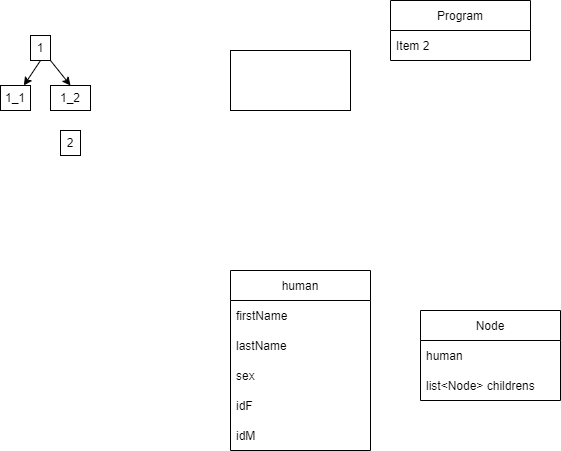
Earlier version of the draw.io export FamilyTree.drawio.png (Stepan255/GeoTree). Source tidied: cells renumbered, new cells last; positions are measured from the earlier drawing's top-left corner, leaving out a move shared by most shapes.
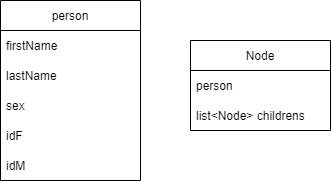
Above is the later version.

What changed in the source:
```diff
@@ -2,7 +2,7 @@
   <root>
     <mxCell id="0" />
     <mxCell id="1" parent="0" />
-    <mxCell id="2" value="human" style="swimlane;fontStyle=0;horizontal=1;startSize=30;" parent="1" vertex="1">
+    <mxCell id="2" value="person" style="swimlane;fontStyle=0;horizontal=1;startSize=30;" parent="1" vertex="1">
       <mxGeometry x="230" y="270" width="140" height="180" as="geometry" />
     </mxCell>
     <mxCell id="3" value="firstName" style="text;strokeColor=none;fillColor=none;align=left;verticalAlign=middle;spacingLeft=4;spacingRight=4;overflow=hidden;" parent="2" vertex="1">
@@ -23,38 +23,11 @@
     <mxCell id="8" value="Node" style="swimlane;fontStyle=0;horizontal=1;startSize=30;" parent="1" vertex="1">
       <mxGeometry x="420" y="310" width="140" height="90" as="geometry" />
     </mxCell>
-    <mxCell id="9" value="human" style="text;strokeColor=none;fillColor=none;align=left;verticalAlign=middle;spacingLeft=4;spacingRight=4;overflow=hidden;" parent="8" vertex="1">
+    <mxCell id="9" value="person" style="text;strokeColor=none;fillColor=none;align=left;verticalAlign=middle;spacingLeft=4;spacingRight=4;overflow=hidden;" parent="8" vertex="1">
       <mxGeometry y="30" width="140" height="30" as="geometry" />
     </mxCell>
     <mxCell id="10" value="list&lt;Node&gt; childrens" style="text;strokeColor=none;fillColor=none;align=left;verticalAlign=middle;spacingLeft=4;spacingRight=4;overflow=hidden;" parent="8" vertex="1">
       <mxGeometry y="60" width="140" height="30" as="geometry" />
     </mxCell>
-    <mxCell id="11" style="edgeStyle=none;html=1;exitX=0.5;exitY=1;exitDx=0;exitDy=0;" parent="1" edge="1" source="13" target="16">
-      <mxGeometry relative="1" as="geometry" />
-    </mxCell>
-    <mxCell id="12" style="edgeStyle=none;html=1;entryX=0.5;entryY=0;entryDx=0;entryDy=0;" parent="1" edge="1" source="13" target="15">
-      <mxGeometry relative="1" as="geometry" />
-    </mxCell>
-    <mxCell id="13" value="1" style="rounded=0;whiteSpace=wrap;html=1;" parent="1" vertex="1">
-      <mxGeometry x="30" y="35" width="20" height="25" as="geometry" />
-    </mxCell>
-    <mxCell id="14" style="rounded=0;whiteSpace=wrap;html=1;" parent="1" vertex="1">
-      <mxGeometry x="230" y="50" width="120" height="60" as="geometry" />
-    </mxCell>
-    <mxCell id="15" value="1_2" style="rounded=0;whiteSpace=wrap;html=1;" parent="1" vertex="1">
-      <mxGeometry x="50" y="85" width="40" height="25" as="geometry" />
-    </mxCell>
-    <mxCell id="16" value="1_1" style="rounded=0;whiteSpace=wrap;html=1;" parent="1" vertex="1">
-      <mxGeometry y="85" width="30" height="25" as="geometry" />
-    </mxCell>
-    <mxCell id="17" value="2" style="rounded=0;whiteSpace=wrap;html=1;" parent="1" vertex="1">
-      <mxGeometry x="60" y="130" width="20" height="25" as="geometry" />
-    </mxCell>
-    <mxCell id="18" value="Program" style="swimlane;fontStyle=0;horizontal=1;startSize=30;" parent="1" vertex="1">
-      <mxGeometry x="390" width="140" height="60" as="geometry" />
-    </mxCell>
-    <mxCell id="19" value="Item 2" style="text;strokeColor=none;fillColor=none;align=left;verticalAlign=middle;spacingLeft=4;spacingRight=4;overflow=hidden;" parent="18" vertex="1">
-      <mxGeometry y="30" width="140" height="30" as="geometry" />
-    </mxCell>
   </root>
 </mxGraphModel>
```
